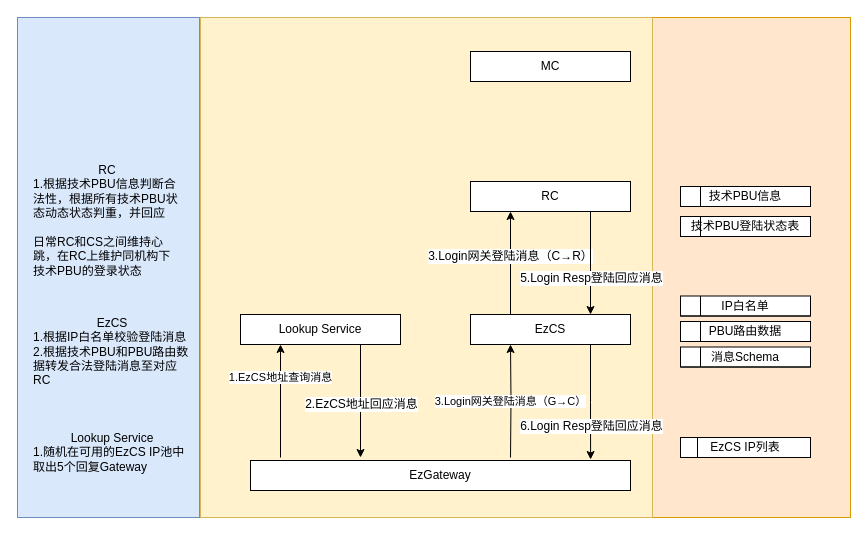
Earlier version of the draw.io diagram page "Login Process" (1 of 8) of 交易系统升级流图 (2).drawio (gotrade/gotrade). Source tidied: cells renumbered, new cells numbered last; positions are measured from the earlier drawing's top-left corner, leaving out a move shared by most shapes. Both pictures are drawn from the tidied source at 100%, with x=0, y=0 at pixel (17, 17).
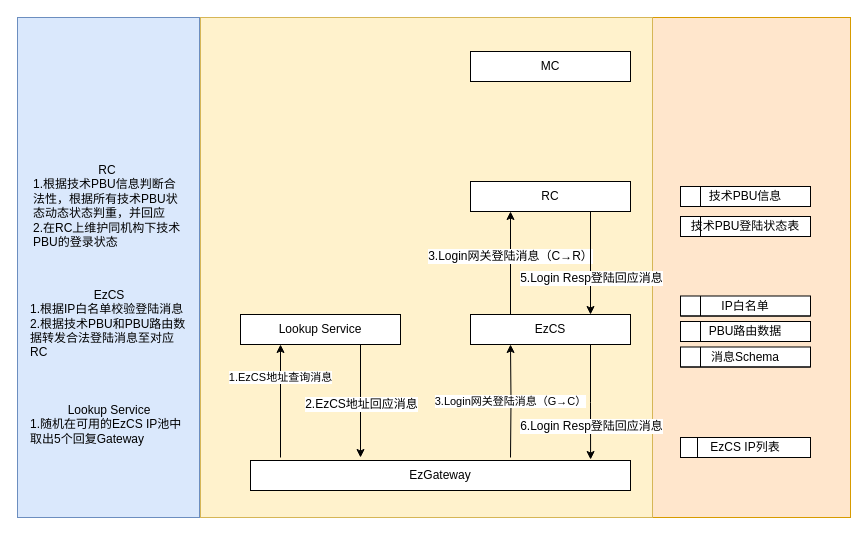
The same page after the edit.

Change to the diagram source:
```diff
@@
     <mxCell id="16" value="&lt;div style=&quot;text-align: center&quot;&gt;&lt;span&gt;EzCS&lt;/span&gt;&lt;/div&gt;1.根据IP白名单校验登陆消息&lt;br&gt;2.根据技术PBU和PBU路由数据转发合法登陆消息至对应RC&lt;br&gt;&lt;br&gt;&lt;br&gt;&lt;div style=&quot;text-align: center&quot;&gt;&lt;span&gt;&lt;br&gt;&lt;/span&gt;&lt;/div&gt;&lt;div style=&quot;text-align: center&quot;&gt;&lt;span&gt;Lookup Service&lt;/span&gt;&lt;/div&gt;1.随机在可用的EzCS IP池中取出5个回复Gateway&lt;br&gt;&lt;br&gt;&lt;br&gt;&lt;br&gt;" style="text;html=1;strokeColor=none;fillColor=none;align=left;verticalAlign=middle;whiteSpace=wrap;rounded=0;" parent="1" vertex="1">
-      <mxGeometry x="14" y="377" width="160" height="43" as="geometry" />
+      <mxGeometry x="11" y="349.5" width="160" height="43" as="geometry" />
     </mxCell>
@@
-    <mxCell id="20" value="&lt;div style=&quot;text-align: center&quot;&gt;&lt;span&gt;RC&lt;/span&gt;&lt;/div&gt;1.根据技术PBU信息判断合法性，根据所有技术PBU状态动态状态判重，并回应&lt;br&gt;&lt;br&gt;日常RC和CS之间维持心跳，在RC上维护同机构下技术PBU的登录状态&lt;br&gt;" style="text;html=1;whiteSpace=wrap;" parent="1" vertex="1">
+    <mxCell id="20" value="&lt;div style=&quot;text-align: center&quot;&gt;&lt;span&gt;RC&lt;/span&gt;&lt;/div&gt;1.根据技术PBU信息判断合法性，根据所有技术PBU状态动态状态判重，并回应&lt;br&gt;2.在RC上维护同机构下技术PBU的登录状态&lt;br&gt;" style="text;html=1;whiteSpace=wrap;" parent="1" vertex="1">
       <mxGeometry x="14" y="139" width="150" height="31" as="geometry" />
     </mxCell>
```
